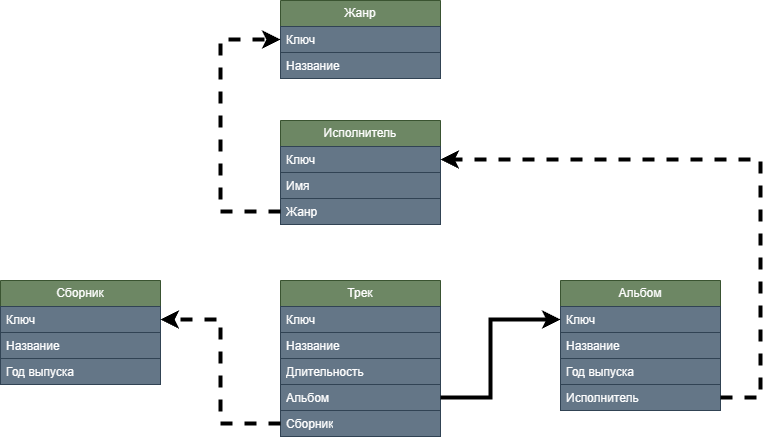
Earlier version of the draw.io export Музыкальный сервис БД Схема.png (Vector232/PostgreSQL_HomeWork). Source tidied: cells renumbered, new cells last; positions are measured from the earlier drawing's top-left corner, leaving out a move shared by most shapes.
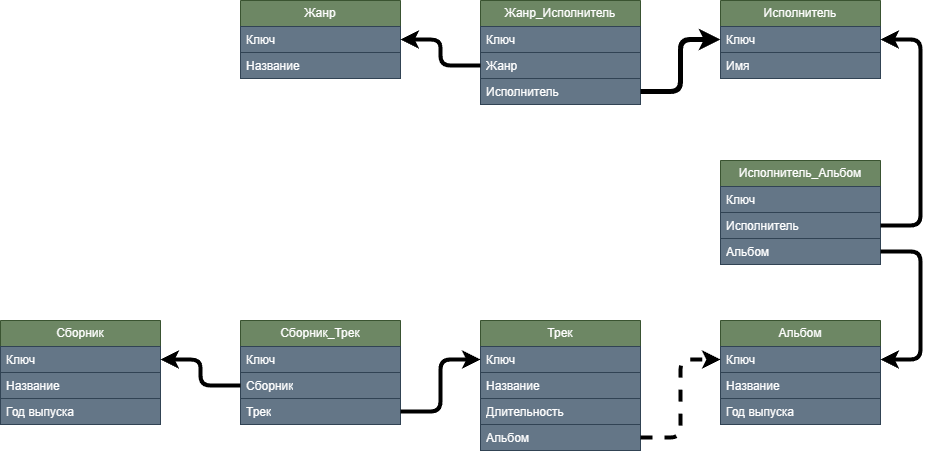
Later version of the same file.

The edit, as a diff of the source:
```diff
@@ -3,7 +3,7 @@
     <mxCell id="0" />
     <mxCell id="1" parent="0" />
     <mxCell id="2" value="Жанр" style="swimlane;fontStyle=0;horizontal=1;startSize=26;whiteSpace=wrap;html=1;fillColor=#6d8764;fontColor=#ffffff;strokeColor=#3A5431;" parent="1" vertex="1">
-      <mxGeometry x="280" width="160" height="78" as="geometry" />
+      <mxGeometry y="-40" width="160" height="78" as="geometry" />
     </mxCell>
     <mxCell id="3" value="Ключ" style="text;align=left;verticalAlign=top;spacingLeft=4;spacingRight=4;overflow=hidden;points=[[0,0.5],[1,0.5]];portConstraint=eastwest;whiteSpace=wrap;html=1;fillColor=#647687;fontColor=#ffffff;strokeColor=#314354;" parent="2" vertex="1">
       <mxGeometry y="26" width="160" height="26" as="geometry" />
@@ -12,7 +12,7 @@
       <mxGeometry y="52" width="160" height="26" as="geometry" />
     </mxCell>
     <mxCell id="5" value="Исполнитель" style="swimlane;fontStyle=0;horizontal=1;startSize=26;whiteSpace=wrap;html=1;fillColor=#6d8764;fontColor=#ffffff;strokeColor=#3A5431;" parent="1" vertex="1">
-      <mxGeometry x="280" y="120" width="160" height="104" as="geometry" />
+      <mxGeometry x="480" y="-40" width="160" height="78" as="geometry" />
     </mxCell>
     <mxCell id="6" value="Ключ" style="text;align=left;verticalAlign=top;spacingLeft=4;spacingRight=4;overflow=hidden;points=[[0,0.5],[1,0.5]];portConstraint=eastwest;whiteSpace=wrap;html=1;fillColor=#647687;fontColor=#ffffff;strokeColor=#314354;" parent="5" vertex="1">
       <mxGeometry y="26" width="160" height="26" as="geometry" />
@@ -20,11 +20,8 @@
     <mxCell id="7" value="Имя" style="text;align=left;verticalAlign=top;spacingLeft=4;spacingRight=4;overflow=hidden;whiteSpace=wrap;html=1;fillColor=#647687;fontColor=#ffffff;strokeColor=#314354;" parent="5" vertex="1">
       <mxGeometry y="52" width="160" height="26" as="geometry" />
     </mxCell>
-    <mxCell id="8" value="Жанр" style="text;align=left;verticalAlign=top;spacingLeft=4;spacingRight=4;overflow=hidden;points=[[0,0.5],[1,0.5]];portConstraint=eastwest;whiteSpace=wrap;html=1;fillColor=#647687;fontColor=#ffffff;strokeColor=#314354;" parent="5" vertex="1">
-      <mxGeometry y="78" width="160" height="26" as="geometry" />
-    </mxCell>
     <mxCell id="9" value="Альбом" style="swimlane;fontStyle=0;horizontal=1;startSize=26;whiteSpace=wrap;html=1;fillColor=#6d8764;fontColor=#ffffff;strokeColor=#3A5431;" parent="1" vertex="1">
-      <mxGeometry x="560" y="280" width="160" height="130" as="geometry" />
+      <mxGeometry x="480" y="280" width="160" height="104" as="geometry" />
     </mxCell>
     <mxCell id="10" value="Ключ" style="text;align=left;verticalAlign=top;spacingLeft=4;spacingRight=4;overflow=hidden;points=[[0,0.5],[1,0.5]];portConstraint=eastwest;whiteSpace=wrap;html=1;fillColor=#647687;fontColor=#ffffff;strokeColor=#314354;" parent="9" vertex="1">
       <mxGeometry y="26" width="160" height="26" as="geometry" />
@@ -35,11 +32,8 @@
     <mxCell id="12" value="Год выпуска" style="text;align=left;verticalAlign=top;spacingLeft=4;spacingRight=4;overflow=hidden;whiteSpace=wrap;html=1;fillColor=#647687;fontColor=#ffffff;strokeColor=#314354;" parent="9" vertex="1">
       <mxGeometry y="78" width="160" height="26" as="geometry" />
     </mxCell>
-    <mxCell id="13" value="Исполнитель" style="text;align=left;verticalAlign=top;spacingLeft=4;spacingRight=4;overflow=hidden;points=[[0,0.5],[1,0.5]];portConstraint=eastwest;whiteSpace=wrap;html=1;fillColor=#647687;fontColor=#ffffff;strokeColor=#314354;" parent="9" vertex="1">
-      <mxGeometry y="104" width="160" height="26" as="geometry" />
-    </mxCell>
     <mxCell id="14" value="Трек" style="swimlane;fontStyle=0;horizontal=1;startSize=26;whiteSpace=wrap;html=1;fillColor=#6d8764;fontColor=#ffffff;strokeColor=#3A5431;" parent="1" vertex="1">
-      <mxGeometry x="280" y="280" width="160" height="156" as="geometry" />
+      <mxGeometry x="240" y="280" width="160" height="130" as="geometry" />
     </mxCell>
     <mxCell id="15" value="Ключ" style="text;align=left;verticalAlign=top;spacingLeft=4;spacingRight=4;overflow=hidden;points=[[0,0.5],[1,0.5]];portConstraint=eastwest;whiteSpace=wrap;html=1;fillColor=#647687;fontColor=#ffffff;strokeColor=#314354;" parent="14" vertex="1">
       <mxGeometry y="26" width="160" height="26" as="geometry" />
@@ -53,35 +47,8 @@
     <mxCell id="18" value="Альбом" style="text;align=left;verticalAlign=top;spacingLeft=4;spacingRight=4;overflow=hidden;points=[[0,0.5],[1,0.5]];portConstraint=eastwest;whiteSpace=wrap;html=1;fillColor=#647687;fontColor=#ffffff;strokeColor=#314354;" parent="14" vertex="1">
       <mxGeometry y="104" width="160" height="26" as="geometry" />
     </mxCell>
-    <mxCell id="19" value="Сборник" style="text;align=left;verticalAlign=top;spacingLeft=4;spacingRight=4;overflow=hidden;points=[[0,0.5],[1,0.5]];portConstraint=eastwest;whiteSpace=wrap;html=1;fillColor=#647687;fontColor=#ffffff;strokeColor=#314354;" parent="14" vertex="1">
-      <mxGeometry y="130" width="160" height="26" as="geometry" />
-    </mxCell>
-    <mxCell id="20" style="edgeStyle=orthogonalEdgeStyle;rounded=0;jettySize=auto;html=1;strokeWidth=4;entryX=1;entryY=0.5;entryDx=0;entryDy=0;dashed=1;" parent="1" edge="1" source="13" target="6">
-      <mxGeometry relative="1" as="geometry">
-        <Array as="points">
-          <mxPoint x="760" y="397" />
-          <mxPoint x="760" y="159" />
-        </Array>
-      </mxGeometry>
-    </mxCell>
-    <mxCell id="21" style="edgeStyle=orthogonalEdgeStyle;rounded=0;jettySize=auto;html=1;strokeWidth=4;dashed=1;exitX=0;exitY=0.5;exitDx=0;exitDy=0;entryX=0;entryY=0.5;entryDx=0;entryDy=0;" parent="1" edge="1" source="8" target="3">
-      <mxGeometry relative="1" as="geometry">
-        <Array as="points">
-          <mxPoint x="220" y="211" />
-          <mxPoint x="220" y="39" />
-        </Array>
-      </mxGeometry>
-    </mxCell>
-    <mxCell id="22" style="edgeStyle=orthogonalEdgeStyle;rounded=0;jettySize=auto;html=1;entryX=0;entryY=0.5;entryDx=0;entryDy=0;strokeWidth=4;exitX=1;exitY=0.5;exitDx=0;exitDy=0;" parent="1" edge="1" source="18" target="10">
-      <mxGeometry relative="1" as="geometry">
-        <Array as="points">
-          <mxPoint x="490" y="397" />
-          <mxPoint x="490" y="319" />
-        </Array>
-      </mxGeometry>
-    </mxCell>
     <mxCell id="23" value="Сборник" style="swimlane;fontStyle=0;horizontal=1;startSize=26;whiteSpace=wrap;html=1;fillColor=#6d8764;fontColor=#ffffff;strokeColor=#3A5431;" parent="1" vertex="1">
-      <mxGeometry y="280" width="160" height="104" as="geometry" />
+      <mxGeometry x="-240" y="280" width="160" height="104" as="geometry" />
     </mxCell>
     <mxCell id="24" value="Ключ" style="text;align=left;verticalAlign=top;spacingLeft=4;spacingRight=4;overflow=hidden;points=[[0,0.5],[1,0.5]];portConstraint=eastwest;whiteSpace=wrap;html=1;fillColor=#647687;fontColor=#ffffff;strokeColor=#314354;" parent="23" vertex="1">
       <mxGeometry y="26" width="160" height="26" as="geometry" />
@@ -92,8 +59,72 @@
     <mxCell id="26" value="Год выпуска" style="text;align=left;verticalAlign=top;spacingLeft=4;spacingRight=4;overflow=hidden;whiteSpace=wrap;html=1;fillColor=#647687;fontColor=#ffffff;strokeColor=#314354;" parent="23" vertex="1">
       <mxGeometry y="78" width="160" height="26" as="geometry" />
     </mxCell>
+    <mxCell id="28" value="Сборник_Трек" style="swimlane;fontStyle=0;horizontal=1;startSize=26;whiteSpace=wrap;html=1;fillColor=#6d8764;fontColor=#ffffff;strokeColor=#3A5431;" parent="1" vertex="1">
+      <mxGeometry y="280" width="160" height="104" as="geometry" />
+    </mxCell>
+    <mxCell id="29" value="Ключ" style="text;align=left;verticalAlign=top;spacingLeft=4;spacingRight=4;overflow=hidden;whiteSpace=wrap;html=1;fillColor=#647687;fontColor=#ffffff;strokeColor=#314354;" parent="28" vertex="1">
+      <mxGeometry y="26" width="160" height="26" as="geometry" />
+    </mxCell>
+    <mxCell id="19" value="Сборник" style="text;align=left;verticalAlign=top;spacingLeft=4;spacingRight=4;overflow=hidden;points=[[0,0.5],[1,0.5]];portConstraint=eastwest;whiteSpace=wrap;html=1;fillColor=#647687;fontColor=#ffffff;strokeColor=#314354;" parent="28" vertex="1">
+      <mxGeometry y="52" width="160" height="26" as="geometry" />
+    </mxCell>
+    <mxCell id="30" value="Трек" style="text;align=left;verticalAlign=top;spacingLeft=4;spacingRight=4;overflow=hidden;points=[[0,0.5],[1,0.5]];portConstraint=eastwest;whiteSpace=wrap;html=1;fillColor=#647687;fontColor=#ffffff;strokeColor=#314354;" parent="28" vertex="1">
+      <mxGeometry y="78" width="160" height="26" as="geometry" />
+    </mxCell>
+    <mxCell id="31" value="Жанр_Исполнитель" style="swimlane;fontStyle=0;horizontal=1;startSize=26;whiteSpace=wrap;html=1;fillColor=#6d8764;fontColor=#ffffff;strokeColor=#3A5431;" parent="1" vertex="1">
+      <mxGeometry x="240" y="-40" width="160" height="104" as="geometry" />
+    </mxCell>
+    <mxCell id="32" value="Ключ" style="text;align=left;verticalAlign=top;spacingLeft=4;spacingRight=4;overflow=hidden;whiteSpace=wrap;html=1;fillColor=#647687;fontColor=#ffffff;strokeColor=#314354;" parent="31" vertex="1">
+      <mxGeometry y="26" width="160" height="26" as="geometry" />
+    </mxCell>
+    <mxCell id="8" value="Жанр" style="text;align=left;verticalAlign=top;spacingLeft=4;spacingRight=4;overflow=hidden;points=[[0,0.5],[1,0.5]];portConstraint=eastwest;whiteSpace=wrap;html=1;fillColor=#647687;fontColor=#ffffff;strokeColor=#314354;" parent="31" vertex="1">
+      <mxGeometry y="52" width="160" height="26" as="geometry" />
+    </mxCell>
+    <mxCell id="33" value="Исполнитель" style="text;align=left;verticalAlign=top;spacingLeft=4;spacingRight=4;overflow=hidden;points=[[0,0.5],[1,0.5]];portConstraint=eastwest;whiteSpace=wrap;html=1;fillColor=#647687;fontColor=#ffffff;strokeColor=#314354;" parent="31" vertex="1">
+      <mxGeometry y="78" width="160" height="26" as="geometry" />
+    </mxCell>
+    <mxCell id="34" value="Исполнитель_Альбом" style="swimlane;fontStyle=0;horizontal=1;startSize=26;whiteSpace=wrap;html=1;fillColor=#6d8764;fontColor=#ffffff;strokeColor=#3A5431;" parent="1" vertex="1">
+      <mxGeometry x="480" y="120" width="160" height="104" as="geometry" />
+    </mxCell>
+    <mxCell id="35" value="Ключ" style="text;align=left;verticalAlign=top;spacingLeft=4;spacingRight=4;overflow=hidden;whiteSpace=wrap;html=1;fillColor=#647687;fontColor=#ffffff;strokeColor=#314354;" parent="34" vertex="1">
+      <mxGeometry y="26" width="160" height="26" as="geometry" />
+    </mxCell>
+    <mxCell id="36" value="Исполнитель" style="text;align=left;verticalAlign=top;spacingLeft=4;spacingRight=4;overflow=hidden;points=[[0,0.5],[1,0.5]];portConstraint=eastwest;whiteSpace=wrap;html=1;fillColor=#647687;fontColor=#ffffff;strokeColor=#314354;" parent="34" vertex="1">
+      <mxGeometry y="52" width="160" height="26" as="geometry" />
+    </mxCell>
+    <mxCell id="37" value="Альбом" style="text;align=left;verticalAlign=top;spacingLeft=4;spacingRight=4;overflow=hidden;points=[[0,0.5],[1,0.5]];portConstraint=eastwest;whiteSpace=wrap;html=1;fillColor=#647687;fontColor=#ffffff;strokeColor=#314354;" parent="34" vertex="1">
+      <mxGeometry y="78" width="160" height="26" as="geometry" />
+    </mxCell>
+    <mxCell id="21" style="edgeStyle=orthogonalEdgeStyle;rounded=1;jettySize=auto;html=1;strokeWidth=4;" parent="1" edge="1" source="8" target="3">
+      <mxGeometry relative="1" as="geometry" />
+    </mxCell>
+    <mxCell id="38" style="edgeStyle=orthogonalEdgeStyle;rounded=1;jettySize=auto;html=1;strokeWidth=5;" parent="1" edge="1" source="33" target="6">
+      <mxGeometry relative="1" as="geometry" />
+    </mxCell>
+    <mxCell id="39" style="edgeStyle=orthogonalEdgeStyle;rounded=1;jettySize=auto;html=1;exitX=1;exitY=0.5;exitDx=0;exitDy=0;strokeWidth=4;" parent="1" edge="1" source="36" target="6">
+      <mxGeometry relative="1" as="geometry">
+        <Array as="points">
+          <mxPoint x="680" y="185" />
+          <mxPoint x="680" y="-1" />
+        </Array>
+      </mxGeometry>
+    </mxCell>
+    <mxCell id="40" style="edgeStyle=orthogonalEdgeStyle;rounded=1;jettySize=auto;html=1;exitX=1;exitY=0.5;exitDx=0;exitDy=0;strokeWidth=4;" parent="1" edge="1" source="37" target="10">
+      <mxGeometry relative="1" as="geometry">
+        <Array as="points">
+          <mxPoint x="680" y="211" />
+          <mxPoint x="680" y="319" />
+        </Array>
+      </mxGeometry>
+    </mxCell>
+    <mxCell id="22" style="edgeStyle=orthogonalEdgeStyle;rounded=1;jettySize=auto;html=1;strokeWidth=4;dashed=1;" parent="1" edge="1" source="18" target="10">
+      <mxGeometry relative="1" as="geometry" />
+    </mxCell>
-    <mxCell id="27" style="edgeStyle=orthogonalEdgeStyle;rounded=0;jettySize=auto;html=1;strokeWidth=4;dashed=1;" parent="1" edge="1" source="19" target="24">
+    <mxCell id="27" style="edgeStyle=orthogonalEdgeStyle;rounded=1;jettySize=auto;html=1;strokeWidth=4;" parent="1" edge="1" source="19" target="24">
       <mxGeometry relative="1" as="geometry" />
     </mxCell>
+    <mxCell id="41" style="edgeStyle=orthogonalEdgeStyle;rounded=1;jettySize=auto;html=1;strokeWidth=4;" parent="1" edge="1" source="30" target="15">
+      <mxGeometry relative="1" as="geometry" />
+    </mxCell>
   </root>
 </mxGraphModel>
```
